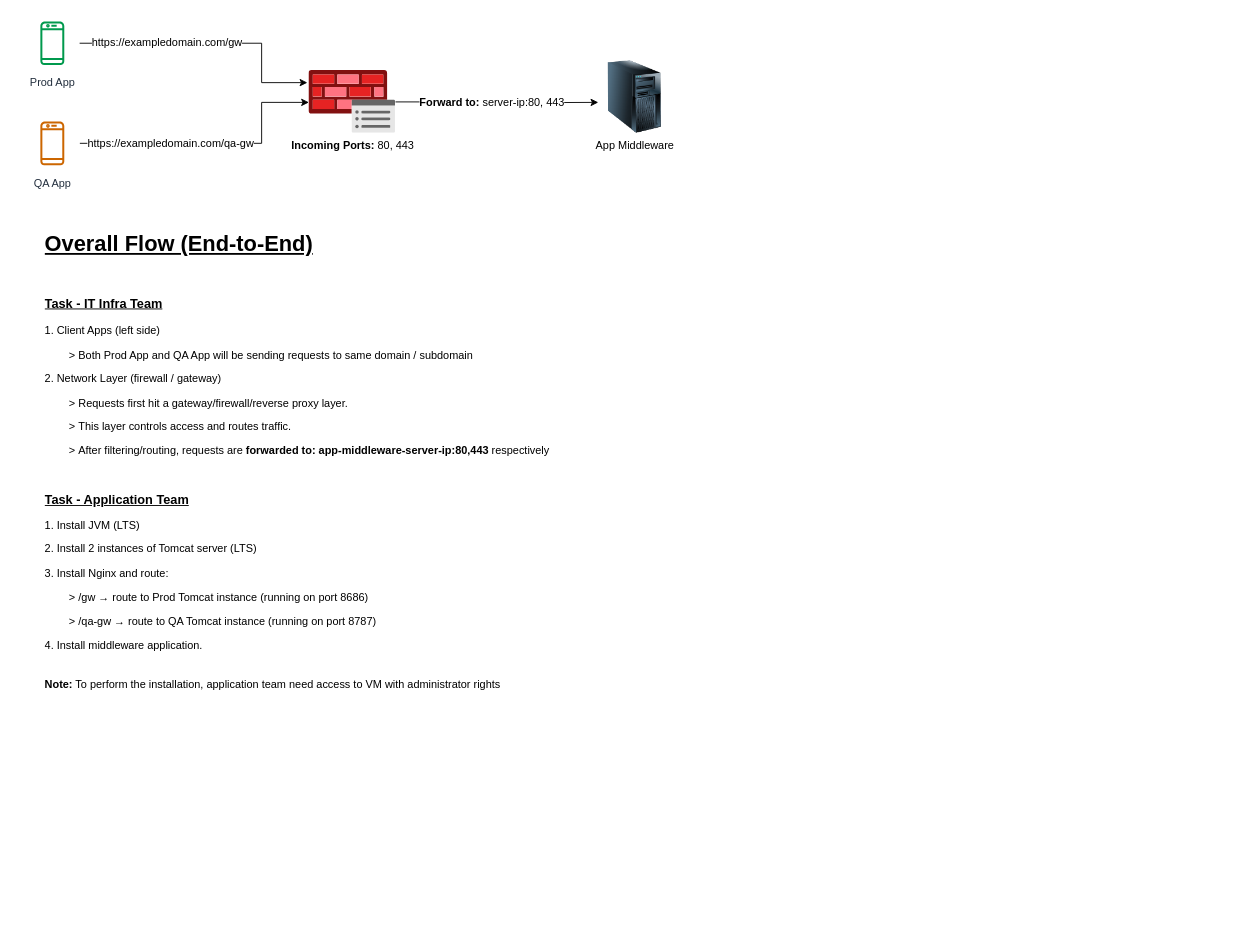
Earlier version of the draw.io diagram RT-Architecture.drawio (maddy23285/policies). Source tidied: cells renumbered, new cells numbered last; positions are measured from the earlier drawing's top-left corner, leaving out a move shared by most shapes. Both pictures are drawn from the tidied source at 91%, with x=0, y=0 at pixel (25, 15).
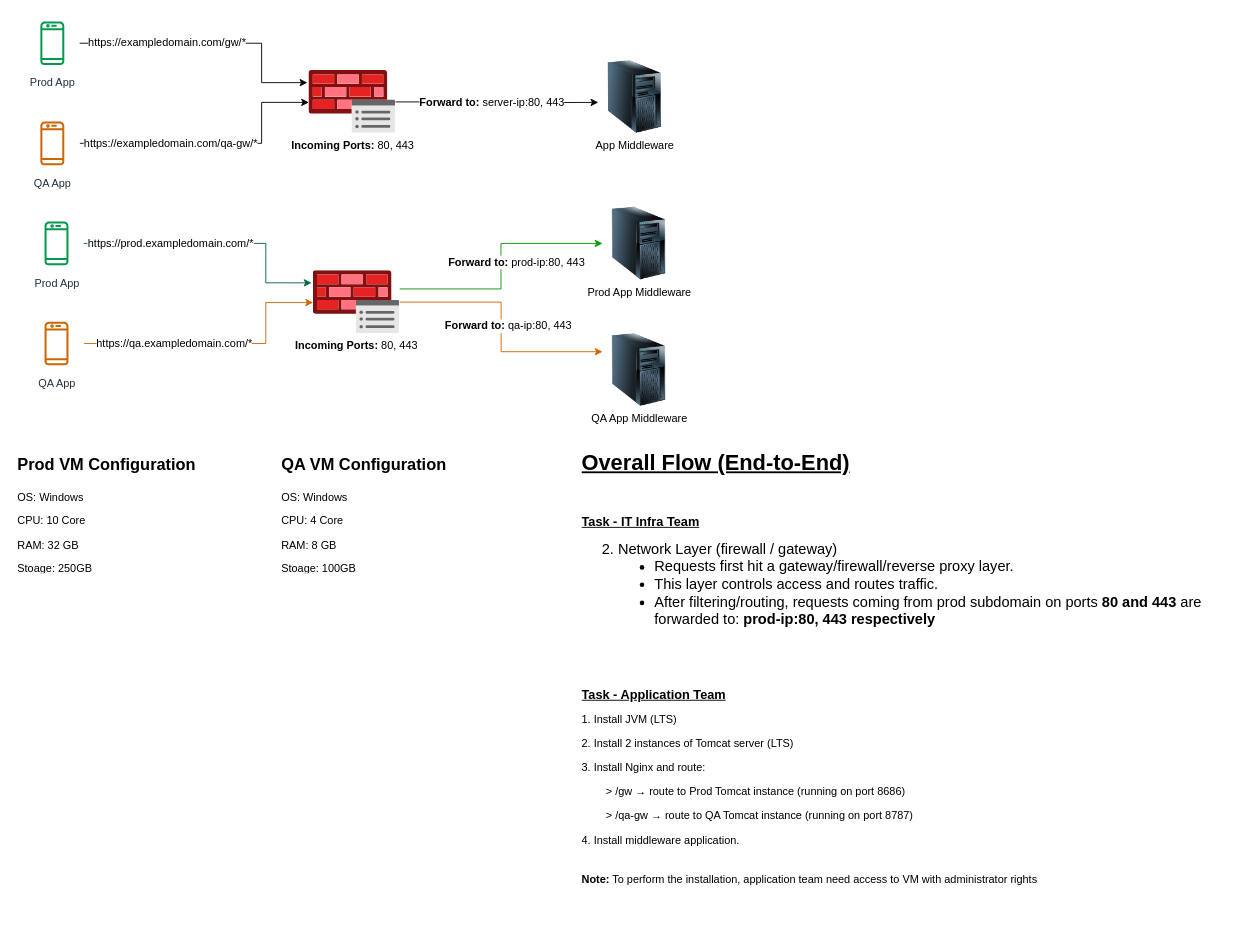
Above is the later version.

The change refers to these unchanged cells:
```xml
<mxCell id="9" style="edgeStyle=orthogonalEdgeStyle;rounded=0;jettySize=auto;html=1;entryX=-0.018;entryY=0.193;entryDx=0;entryDy=0;entryPerimeter=0;strokeColor=#000000;" parent="1" edge="1" source="2" target="5">
  <mxGeometry relative="1" as="geometry">
    <Array as="points">
      <mxPoint x="260" y="30" />
      <mxPoint x="260" y="73" />
    </Array>
  </mxGeometry>
</mxCell>
```

What changed in the source:
```diff
@@
-    <mxCell id="10" value="&lt;font style=&quot;font-size: 12px;&quot;&gt;https://exampledomain.com/gw&lt;/font&gt;" style="edgeLabel;html=1;align=center;verticalAlign=middle;" parent="9" vertex="1">
+    <mxCell id="10" value="&lt;font style=&quot;font-size: 12px;&quot;&gt;https://exampledomain.com/gw/*&lt;/font&gt;" style="edgeLabel;html=1;align=center;verticalAlign=middle;" parent="9" vertex="1">
       <mxGeometry x="-0.58" y="1" relative="1" as="geometry">
         <mxPoint x="33" as="offset" />
       </mxGeometry>
     </mxCell>
-    <mxCell id="11" value="&lt;font style=&quot;font-size: 12px;&quot;&gt;https://exampledomain.com/qa-gw&lt;/font&gt;" style="edgeLabel;html=1;align=center;verticalAlign=middle;" parent="1" vertex="1">
+    <mxCell id="11" value="&lt;font style=&quot;font-size: 12px;&quot;&gt;https://exampledomain.com/qa-gw/*&lt;/font&gt;" style="edgeLabel;html=1;align=center;verticalAlign=middle;" parent="1" vertex="1">
       <mxGeometry x="159" y="139" as="geometry" />
     </mxCell>
@@
-    <mxCell id="13" value="&lt;h1 style=&quot;margin-top: 0px;&quot;&gt;&lt;u&gt;Overall Flow (End-to-End)&lt;/u&gt;&lt;/h1&gt;&lt;p&gt;&lt;b&gt;&lt;br&gt;&lt;/b&gt;&lt;/p&gt;&lt;p&gt;&lt;b&gt;&lt;font style=&quot;font-size: 14px;&quot;&gt;&lt;u&gt;Task - IT Infra Team&lt;/u&gt;&lt;/font&gt;&lt;/b&gt;&lt;br&gt;&lt;br&gt;1.&amp;nbsp;Client Apps (left side)&lt;/p&gt;&lt;p&gt;&lt;span style=&quot;white-space: pre;&quot;&gt;&#9;&lt;/span&gt;&amp;gt; Both Prod App and QA App will be sending requests to same domain / subdomain&lt;/p&gt;&lt;p&gt;2.&amp;nbsp;Network Layer (firewall / gateway)&lt;/p&gt;&lt;p&gt;&lt;span style=&quot;white-space: pre;&quot;&gt;&#9;&lt;/span&gt;&amp;gt; Requests first hit a gateway/firewall/reverse proxy layer.&lt;br&gt;&lt;/p&gt;&lt;p&gt;&lt;span style=&quot;white-space: pre;&quot;&gt;&#9;&lt;/span&gt;&amp;gt;&amp;nbsp;This layer controls access and routes traffic.&lt;br&gt;&lt;/p&gt;&lt;p&gt;&lt;span style=&quot;white-space: pre;&quot;&gt;&#9;&lt;/span&gt;&amp;gt;&amp;nbsp;After filtering/routing, requests are &lt;b&gt;forwarded to: app-middleware-server-ip:80,443 &lt;/b&gt;respectively&amp;nbsp;&lt;br&gt;&lt;/p&gt;&lt;p&gt;&lt;br&gt;&lt;/p&gt;&lt;p&gt;&lt;b&gt;&lt;font style=&quot;font-size: 14px;&quot;&gt;&lt;u&gt;Task - Application Team&lt;/u&gt;&lt;/font&gt;&lt;/b&gt;&lt;/p&gt;&lt;p&gt;1. Install JVM (LTS)&amp;nbsp;&lt;/p&gt;&lt;p&gt;2. Install 2 instances of Tomcat server (LTS)&lt;/p&gt;&lt;p&gt;3. Install Nginx and route:&lt;/p&gt;&lt;p&gt;&lt;span style=&quot;white-space: pre;&quot;&gt;&#9;&lt;/span&gt;&amp;gt; /gw → route to Prod Tomcat instance (running on port 8686)&lt;br&gt;&lt;/p&gt;&lt;p&gt;&lt;span style=&quot;white-space: pre;&quot;&gt;&#9;&lt;/span&gt;&amp;gt;&amp;nbsp;/qa-gw → route to QA Tomcat instance (running on port 8787)&lt;/p&gt;&lt;p&gt;4. Install middleware application.&lt;br&gt;&lt;br&gt;&lt;br&gt;&lt;b&gt;Note:&lt;/b&gt; To perform the installation, application team need access to VM with administrator rights&lt;/p&gt;" style="text;html=1;whiteSpace=wrap;overflow=hidden;rounded=0;" parent="1" vertex="1">
-      <mxGeometry x="20" y="230" width="730" height="520" as="geometry" />
+    <mxCell id="13" value="&lt;h1 style=&quot;margin-top: 0px;&quot;&gt;&lt;u&gt;Overall Flow (End-to-End)&lt;/u&gt;&lt;/h1&gt;&lt;p&gt;&lt;b&gt;&lt;br&gt;&lt;/b&gt;&lt;/p&gt;&lt;p&gt;&lt;b&gt;&lt;font style=&quot;font-size: 14px;&quot;&gt;&lt;u&gt;Task - IT Infra Team&lt;/u&gt;&lt;/font&gt;&lt;/b&gt;&lt;/p&gt;&lt;ol start=&quot;2&quot; style=&quot;color: rgb(36, 36, 36); font-size: 15px; background-color: rgb(255, 255, 255); direction: ltr; list-style: decimal; margin-top: 0px; margin-bottom: 0px;&quot;&gt;&lt;li style=&quot;color: black; font-size: 12pt; margin-top: 0px; margin-bottom: 0px;&quot;&gt;&lt;div role=&quot;presentation&quot; style=&quot;border: 0px; font-style: inherit; font-variant: inherit; font-weight: inherit; font-stretch: inherit; font-size: inherit; line-height: inherit; font-optical-sizing: inherit; font-size-adjust: inherit; font-kerning: inherit; font-feature-settings: inherit; font-variation-settings: inherit; font-language-override: inherit; margin: 0px; padding: 0px; vertical-align: baseline; color: inherit; direction: ltr;&quot;&gt;&lt;font face=&quot;Helvetica&quot;&gt;Network Layer (firewall / gateway)&lt;/font&gt;&lt;/div&gt;&lt;/li&gt;&lt;/ol&gt;&lt;ul style=&quot;color: rgb(36, 36, 36); font-size: 15px; background-color: rgb(255, 255, 255); direction: ltr; list-style: disc; margin-top: 0px; margin-bottom: 0px; margin-left: 40px;&quot;&gt;&lt;li style=&quot;color: black; font-size: 12pt; margin-top: 0px; margin-bottom: 0px;&quot;&gt;&lt;div role=&quot;presentation&quot; style=&quot;border: 0px; font-style: inherit; font-variant: inherit; font-weight: inherit; font-stretch: inherit; font-size: inherit; line-height: inherit; font-optical-sizing: inherit; font-size-adjust: inherit; font-kerning: inherit; font-feature-settings: inherit; font-variation-settings: inherit; font-language-override: inherit; margin: 0px; padding: 0px; vertical-align: baseline; color: inherit; direction: ltr;&quot;&gt;&lt;font face=&quot;Helvetica&quot;&gt;Requests first hit a gateway/firewall/reverse proxy layer.&lt;/font&gt;&lt;/div&gt;&lt;/li&gt;&lt;li style=&quot;color: black; font-size: 12pt; margin-top: 0px; margin-bottom: 0px;&quot;&gt;&lt;div role=&quot;presentation&quot; style=&quot;border: 0px; font-style: inherit; font-variant: inherit; font-weight: inherit; font-stretch: inherit; font-size: inherit; line-height: inherit; font-optical-sizing: inherit; font-size-adjust: inherit; font-kerning: inherit; font-feature-settings: inherit; font-variation-settings: inherit; font-language-override: inherit; margin: 0px; padding: 0px; vertical-align: baseline; color: inherit; direction: ltr;&quot;&gt;&lt;font face=&quot;Helvetica&quot;&gt;This layer controls access and routes traffic.&lt;/font&gt;&lt;/div&gt;&lt;/li&gt;&lt;li style=&quot;color: black; font-size: 12pt; margin-top: 0px; margin-bottom: 0px;&quot;&gt;&lt;div role=&quot;presentation&quot; style=&quot;font-style: inherit; font-variant: inherit; font-weight: inherit; font-stretch: inherit; font-size: inherit; line-height: inherit; font-optical-sizing: inherit; font-size-adjust: inherit; font-kerning: inherit; font-feature-settings: inherit; font-variation-settings: inherit; font-language-override: inherit; border: 0px; margin: 0px; padding: 0px; vertical-align: baseline; color: inherit; direction: ltr;&quot;&gt;&lt;font face=&quot;Helvetica&quot;&gt;After filtering/routing, requests coming from prod subdomain on ports &lt;b style=&quot;&quot;&gt;80 and 443 &lt;/b&gt;are forwarded to: &lt;b style=&quot;&quot;&gt;prod-ip:80, 443 respectively&amp;nbsp;&lt;/b&gt;&lt;/font&gt;&lt;/div&gt;&lt;/li&gt;&lt;/ul&gt;&lt;p&gt;&amp;nbsp;&lt;br&gt;&lt;/p&gt;&lt;p&gt;&lt;br&gt;&lt;/p&gt;&lt;p&gt;&lt;b&gt;&lt;font style=&quot;font-size: 14px;&quot;&gt;&lt;u&gt;Task - Application Team&lt;/u&gt;&lt;/font&gt;&lt;/b&gt;&lt;/p&gt;&lt;p&gt;1. Install JVM (LTS)&amp;nbsp;&lt;/p&gt;&lt;p&gt;2. Install 2 instances of Tomcat server (LTS)&lt;/p&gt;&lt;p&gt;3. Install Nginx and route:&lt;/p&gt;&lt;p&gt;&lt;span style=&quot;white-space: pre;&quot;&gt;&#9;&lt;/span&gt;&amp;gt; /gw → route to Prod Tomcat instance (running on port 8686)&lt;br&gt;&lt;/p&gt;&lt;p&gt;&lt;span style=&quot;white-space: pre;&quot;&gt;&#9;&lt;/span&gt;&amp;gt;&amp;nbsp;/qa-gw → route to QA Tomcat instance (running on port 8787)&lt;/p&gt;&lt;p&gt;4. Install middleware application.&lt;br&gt;&lt;br&gt;&lt;br&gt;&lt;b&gt;Note:&lt;/b&gt; To perform the installation, application team need access to VM with administrator rights&lt;/p&gt;" style="text;html=1;whiteSpace=wrap;overflow=hidden;rounded=0;" parent="1" vertex="1">
+      <mxGeometry x="610" y="470" width="730" height="520" as="geometry" />
     </mxCell>
+    <mxCell id="14" value="Prod App" style="sketch=0;outlineConnect=0;fontColor=#232F3E;gradientColor=none;strokeColor=#00994D;fillColor=#ffffff;dashed=0;verticalLabelPosition=bottom;verticalAlign=top;align=center;html=1;fontSize=12;fontStyle=0;shape=mxgraph.aws4.resourceIcon;resIcon=mxgraph.aws4.mobile_client;" parent="1" vertex="1">
+      <mxGeometry x="4.6" y="220" width="60" height="60" as="geometry" />
+    </mxCell>
+    <mxCell id="15" style="edgeStyle=orthogonalEdgeStyle;rounded=0;jettySize=auto;html=1;strokeColor=#009900;entryX=0;entryY=0.5;entryDx=0;entryDy=0;" parent="1" edge="1" source="18" target="25">
+      <mxGeometry relative="1" as="geometry">
+        <Array as="points">
+          <mxPoint x="523" y="300" />
+          <mxPoint x="523" y="250" />
+        </Array>
+      </mxGeometry>
+    </mxCell>
+    <mxCell id="16" value="&lt;font style=&quot;font-size: 12px;&quot;&gt;&lt;b&gt;Forward to:&lt;/b&gt; prod-ip:80, 443&lt;/font&gt;" style="edgeLabel;html=1;align=center;verticalAlign=middle;" parent="15" vertex="1">
+      <mxGeometry x="-0.23" y="-3" relative="1" as="geometry">
+        <mxPoint x="23" y="-33" as="offset" />
+      </mxGeometry>
+    </mxCell>
+    <mxCell id="17" style="edgeStyle=orthogonalEdgeStyle;rounded=0;jettySize=auto;html=1;entryX=0;entryY=0.25;entryDx=0;entryDy=0;strokeColor=#CC6600;" parent="1" edge="1" source="18" target="26">
+      <mxGeometry relative="1" as="geometry" />
+    </mxCell>
+    <mxCell id="18" value="&lt;b&gt;Incoming Ports: &lt;/b&gt;80, 443" style="image;html=1;points=[];align=center;fontSize=12;image=img/lib/azure2/networking/Azure_Firewall_Policy.svg;" parent="1" vertex="1">
+      <mxGeometry x="316.6" y="280" width="95.1" height="69" as="geometry" />
+    </mxCell>
+    <mxCell id="19" style="edgeStyle=orthogonalEdgeStyle;rounded=0;jettySize=auto;html=1;strokeColor=#CC6600;" parent="1" edge="1" source="21" target="18">
+      <mxGeometry relative="1" as="geometry">
+        <Array as="points">
+          <mxPoint x="264.6" y="360" />
+          <mxPoint x="264.6" y="315" />
+        </Array>
+      </mxGeometry>
+    </mxCell>
+    <mxCell id="20" style="edgeLabel;html=1;align=center;verticalAlign=middle;" parent="19" vertex="1">
+      <mxGeometry x="-0.59" y="-1" relative="1" as="geometry" />
+    </mxCell>
+    <mxCell id="21" value="QA App" style="sketch=0;outlineConnect=0;fontColor=#232F3E;gradientColor=none;strokeColor=#CC6600;fillColor=#ffffff;dashed=0;verticalLabelPosition=bottom;verticalAlign=top;align=center;html=1;fontSize=12;fontStyle=0;shape=mxgraph.aws4.resourceIcon;resIcon=mxgraph.aws4.mobile_client;" parent="1" vertex="1">
+      <mxGeometry x="4.6" y="330" width="60" height="60" as="geometry" />
+    </mxCell>
+    <mxCell id="22" style="edgeStyle=orthogonalEdgeStyle;rounded=0;jettySize=auto;html=1;entryX=-0.018;entryY=0.193;entryDx=0;entryDy=0;entryPerimeter=0;strokeColor=#006633;" parent="1" edge="1" source="14" target="18">
+      <mxGeometry relative="1" as="geometry">
+        <Array as="points">
+          <mxPoint x="264.6" y="250" />
+          <mxPoint x="264.6" y="293" />
+        </Array>
+      </mxGeometry>
+    </mxCell>
+    <mxCell id="23" value="&lt;font style=&quot;font-size: 12px;&quot;&gt;https://prod.exampledomain.com/*&lt;/font&gt;" style="edgeLabel;html=1;align=center;verticalAlign=middle;" parent="22" vertex="1">
+      <mxGeometry x="-0.58" y="1" relative="1" as="geometry">
+        <mxPoint x="33" as="offset" />
+      </mxGeometry>
+    </mxCell>
+    <mxCell id="24" value="&lt;font style=&quot;font-size: 12px;&quot;&gt;https://qa.exampledomain.com/*&lt;/font&gt;" style="edgeLabel;html=1;align=center;verticalAlign=middle;" parent="1" vertex="1">
+      <mxGeometry x="163.6" y="359" as="geometry" />
+    </mxCell>
+    <mxCell id="25" value="Prod App Middleware" style="image;html=1;image=img/lib/clip_art/computers/Server_Tower_128x128.png;" parent="1" vertex="1">
+      <mxGeometry x="634.6" y="210" width="80" height="80" as="geometry" />
+    </mxCell>
+    <mxCell id="26" value="QA App Middleware" style="image;html=1;image=img/lib/clip_art/computers/Server_Tower_128x128.png;" parent="1" vertex="1">
+      <mxGeometry x="634.6" y="349" width="80" height="80" as="geometry" />
+    </mxCell>
+    <mxCell id="27" value="&lt;font style=&quot;font-size: 12px;&quot;&gt;&lt;b&gt;Forward to:&lt;/b&gt; qa-ip:80, 443&lt;/font&gt;" style="edgeLabel;html=1;align=center;verticalAlign=middle;" parent="1" vertex="1">
+      <mxGeometry x="530" y="340" as="geometry" />
+    </mxCell>
+    <mxCell id="28" value="&lt;h1 style=&quot;margin-top: 0px;&quot;&gt;&lt;font style=&quot;font-size: 18px;&quot;&gt;Prod VM Configuration&lt;/font&gt;&lt;/h1&gt;&lt;p&gt;OS: Windows&lt;/p&gt;&lt;p&gt;CPU: 10 Core&lt;/p&gt;&lt;p&gt;RAM: 32 GB&lt;/p&gt;&lt;p&gt;Stoage: 250GB&lt;/p&gt;" style="text;html=1;whiteSpace=wrap;overflow=hidden;rounded=0;" parent="1" vertex="1">
+      <mxGeometry x="-10" y="470" width="220" height="140" as="geometry" />
+    </mxCell>
+    <mxCell id="29" value="&lt;h1 style=&quot;margin-top: 0px;&quot;&gt;&lt;font style=&quot;font-size: 18px;&quot;&gt;QA VM Configuration&lt;/font&gt;&lt;/h1&gt;&lt;p&gt;OS: Windows&lt;/p&gt;&lt;p&gt;CPU: 4 Core&lt;/p&gt;&lt;p&gt;RAM: 8 GB&lt;/p&gt;&lt;p&gt;Stoage: 100GB&lt;/p&gt;" style="text;html=1;whiteSpace=wrap;overflow=hidden;rounded=0;" parent="1" vertex="1">
+      <mxGeometry x="280" y="470" width="220" height="140" as="geometry" />
+    </mxCell>
```
